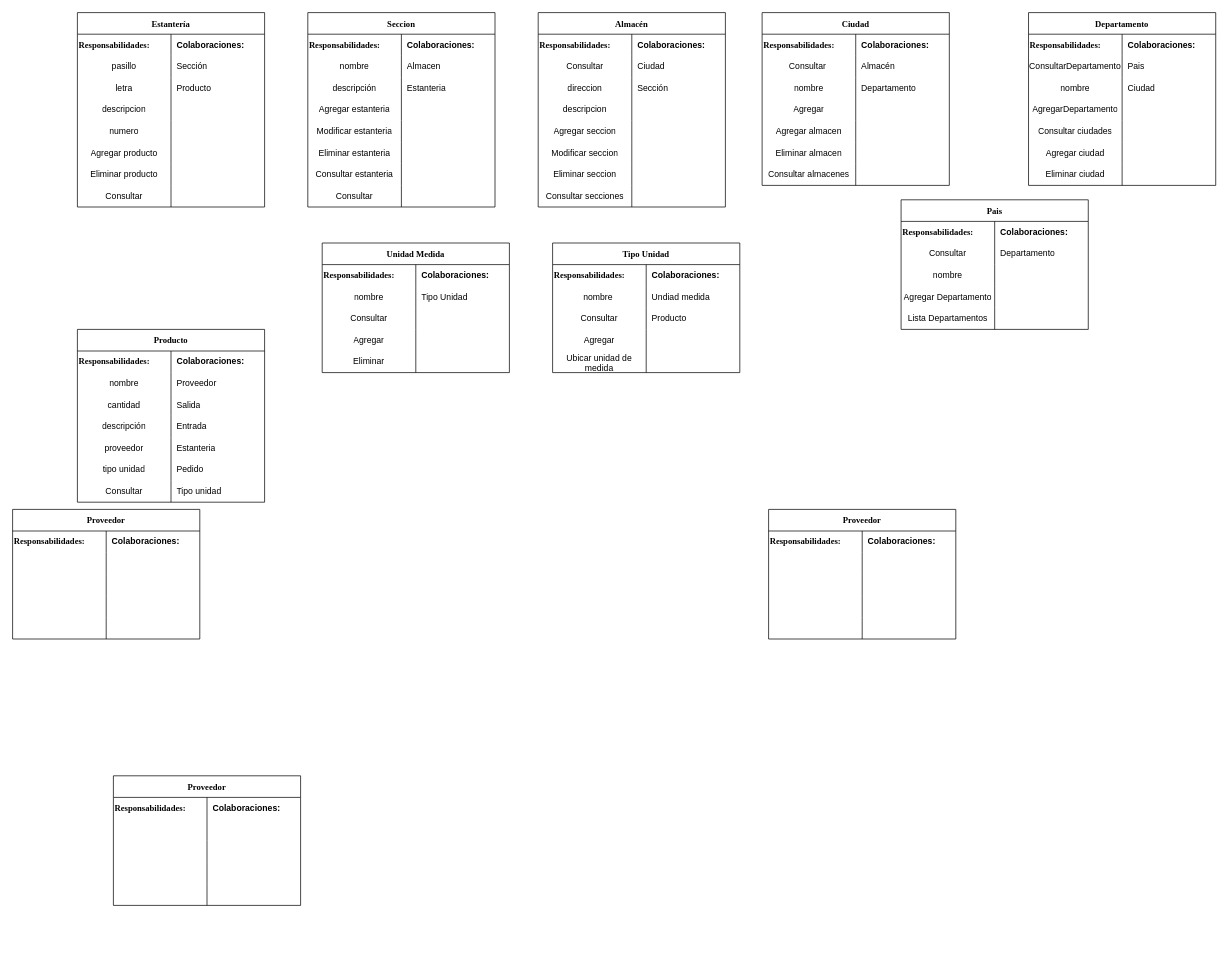
Before: page "CRC" (1 of 2) of Extraclase/Modelo de dominio/Tarjetas CRC.drawio in DOOPan2022/Presupuesto, a draw.io diagram. Source tidied: cells renumbered, new cells numbered last; positions are measured from the earlier drawing's top-left corner, leaving out a move shared by most shapes. Both pictures are drawn from the tidied source at 72%, with x=0, y=0 at pixel (12, 12).
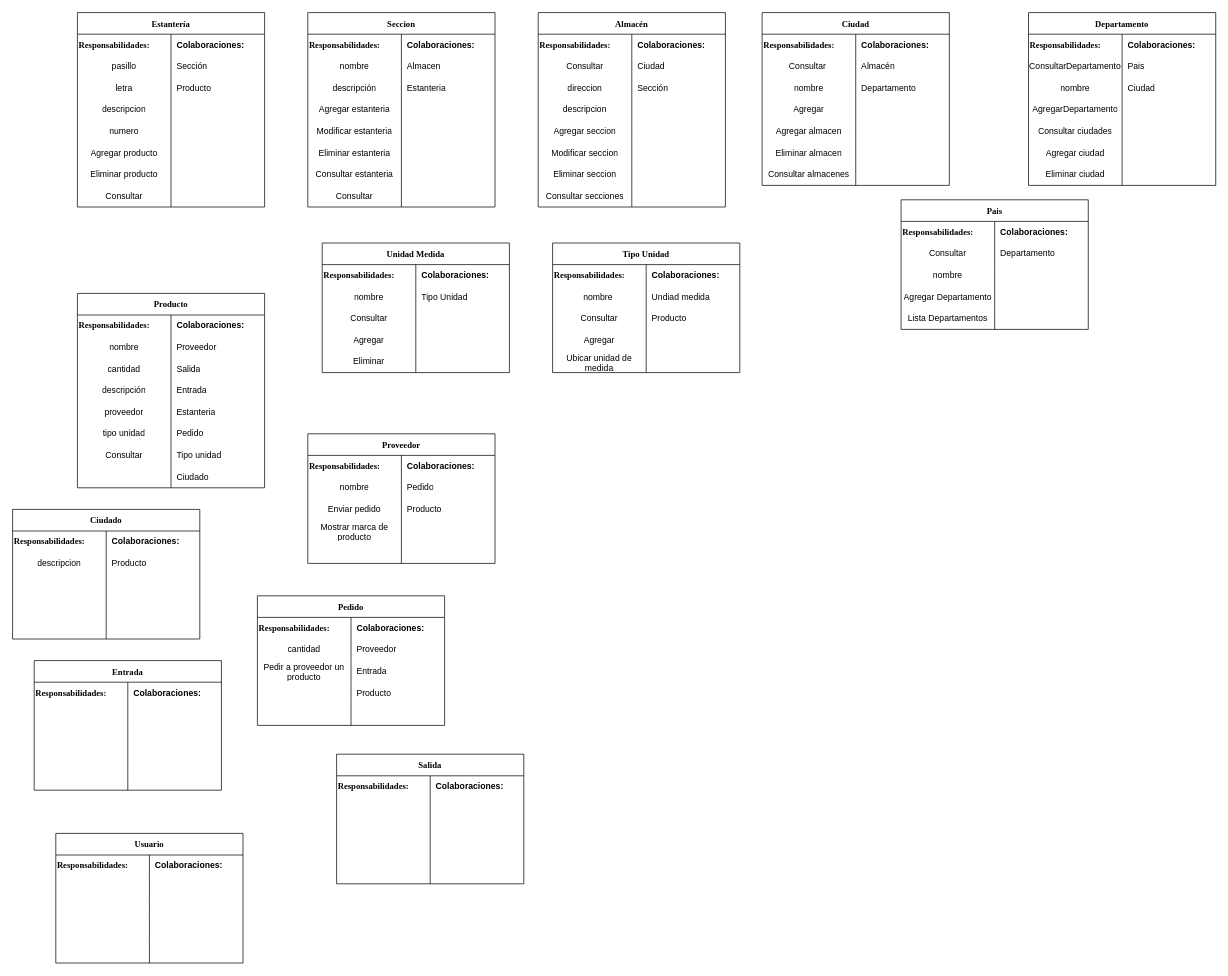
Above is the later version.

Unchanged cells that the change refers to:
```xml
<mxCell id="44" style="shape=tableRow;horizontal=0;startSize=0;swimlaneHead=0;swimlaneBody=0;top=0;left=0;bottom=0;right=0;fillColor=none;" parent="40" vertex="1">
  <mxGeometry y="60" width="260" height="30" as="geometry" />
</mxCell>
<mxCell id="47" style="shape=tableRow;horizontal=0;startSize=0;swimlaneHead=0;swimlaneBody=0;top=0;left=0;bottom=0;right=0;fillColor=none;" parent="40" vertex="1">
  <mxGeometry y="90" width="260" height="30" as="geometry" />
</mxCell>
<mxCell id="50" style="shape=tableRow;horizontal=0;startSize=0;swimlaneHead=0;swimlaneBody=0;top=0;left=0;bottom=0;right=0;fillColor=none;" parent="40" vertex="1">
  <mxGeometry y="120" width="260" height="30" as="geometry" />
</mxCell>
<mxCell id="92" style="shape=tableRow;horizontal=0;startSize=0;swimlaneHead=0;swimlaneBody=0;top=0;left=0;bottom=0;right=0;fillColor=none;" parent="88" vertex="1">
  <mxGeometry y="60" width="260" height="30" as="geometry" />
</mxCell>
```

What changed in the source:
```diff
@@
     <mxCell id="2" value="Producto" style="shape=table;startSize=30;childLayout=tableLayout;rowLines=0;fontStyle=1;fontFamily=Times New Roman;" parent="1" vertex="1">
-      <mxGeometry x="90" y="440" width="260" height="240" as="geometry" />
+      <mxGeometry x="90" y="390" width="260" height="270" as="geometry" />
     </mxCell>
@@
+    <mxCell id="239" style="shape=tableRow;horizontal=0;startSize=0;swimlaneHead=0;swimlaneBody=0;top=0;left=0;bottom=0;right=0;fillColor=none;" parent="2" vertex="1">
+      <mxGeometry y="240" width="260" height="30" as="geometry" />
+    </mxCell>
+    <mxCell id="240" style="shape=partialRectangle;html=1;whiteSpace=wrap;fillColor=none;top=0;left=0;bottom=0;right=0;overflow=hidden;" parent="239" vertex="1">
+      <mxGeometry width="130" height="30" as="geometry" />
+    </mxCell>
+    <mxCell id="241" value="Ciudado" style="shape=partialRectangle;html=1;whiteSpace=wrap;fillColor=none;top=0;left=0;bottom=0;right=0;align=left;spacingLeft=6;overflow=hidden;" parent="239" vertex="1">
+      <mxGeometry x="130" width="130" height="30" as="geometry" />
+    </mxCell>
@@
     <mxCell id="40" value="Proveedor" style="shape=table;startSize=30;childLayout=tableLayout;rowLines=0;fontStyle=1;fontFamily=Times New Roman;" parent="1" vertex="1">
-      <mxGeometry x="1050" y="690" width="260" height="180" as="geometry" />
+      <mxGeometry x="410" y="585" width="260" height="180" as="geometry" />
     </mxCell>
@@
-    <mxCell id="45" style="shape=partialRectangle;html=1;whiteSpace=wrap;fillColor=none;top=0;left=0;bottom=0;right=0;overflow=hidden;" parent="44" vertex="1">
+    <mxCell id="45" value="nombre" style="shape=partialRectangle;html=1;whiteSpace=wrap;fillColor=none;top=0;left=0;bottom=0;right=0;overflow=hidden;" parent="44" vertex="1">
       <mxGeometry width="130" height="30" as="geometry" />
     </mxCell>
-    <mxCell id="46" style="shape=partialRectangle;html=1;whiteSpace=wrap;fillColor=none;top=0;left=0;bottom=0;right=0;align=left;spacingLeft=6;overflow=hidden;" parent="44" vertex="1">
+    <mxCell id="46" value="Pedido" style="shape=partialRectangle;html=1;whiteSpace=wrap;fillColor=none;top=0;left=0;bottom=0;right=0;align=left;spacingLeft=6;overflow=hidden;" parent="44" vertex="1">
       <mxGeometry x="130" width="130" height="30" as="geometry" />
     </mxCell>
@@
-    <mxCell id="48" style="shape=partialRectangle;html=1;whiteSpace=wrap;fillColor=none;top=0;left=0;bottom=0;right=0;overflow=hidden;" parent="47" vertex="1">
+    <mxCell id="48" value="Enviar pedido" style="shape=partialRectangle;html=1;whiteSpace=wrap;fillColor=none;top=0;left=0;bottom=0;right=0;overflow=hidden;" parent="47" vertex="1">
       <mxGeometry width="130" height="30" as="geometry" />
     </mxCell>
-    <mxCell id="49" style="shape=partialRectangle;html=1;whiteSpace=wrap;fillColor=none;top=0;left=0;bottom=0;right=0;align=left;spacingLeft=6;overflow=hidden;" parent="47" vertex="1">
+    <mxCell id="49" value="Producto" style="shape=partialRectangle;html=1;whiteSpace=wrap;fillColor=none;top=0;left=0;bottom=0;right=0;align=left;spacingLeft=6;overflow=hidden;" parent="47" vertex="1">
       <mxGeometry x="130" width="130" height="30" as="geometry" />
     </mxCell>
@@
-    <mxCell id="51" style="shape=partialRectangle;html=1;whiteSpace=wrap;fillColor=none;top=0;left=0;bottom=0;right=0;overflow=hidden;" parent="50" vertex="1">
+    <mxCell id="51" value="Mostrar marca de producto" style="shape=partialRectangle;html=1;whiteSpace=wrap;fillColor=none;top=0;left=0;bottom=0;right=0;overflow=hidden;" parent="50" vertex="1">
       <mxGeometry width="130" height="30" as="geometry" />
     </mxCell>
@@
-    <mxCell id="72" value="Proveedor" style="shape=table;startSize=30;childLayout=tableLayout;rowLines=0;fontStyle=1;fontFamily=Times New Roman;" parent="1" vertex="1">
-      <mxGeometry x="140" y="1060" width="260" height="180" as="geometry" />
+    <mxCell id="72" value="Entrada" style="shape=table;startSize=30;childLayout=tableLayout;rowLines=0;fontStyle=1;fontFamily=Times New Roman;" parent="1" vertex="1">
+      <mxGeometry x="30" y="900" width="260" height="180" as="geometry" />
     </mxCell>
@@
-    <mxCell id="88" value="Proveedor" style="shape=table;startSize=30;childLayout=tableLayout;rowLines=0;fontStyle=1;fontFamily=Times New Roman;" parent="1" vertex="1">
+    <mxCell id="88" value="Ciudado" style="shape=table;startSize=30;childLayout=tableLayout;rowLines=0;fontStyle=1;fontFamily=Times New Roman;" parent="1" vertex="1">
       <mxGeometry y="690" width="260" height="180" as="geometry" />
     </mxCell>
@@
-    <mxCell id="93" style="shape=partialRectangle;html=1;whiteSpace=wrap;fillColor=none;top=0;left=0;bottom=0;right=0;overflow=hidden;" parent="92" vertex="1">
+    <mxCell id="93" value="descripcion" style="shape=partialRectangle;html=1;whiteSpace=wrap;fillColor=none;top=0;left=0;bottom=0;right=0;overflow=hidden;" parent="92" vertex="1">
       <mxGeometry width="130" height="30" as="geometry" />
     </mxCell>
-    <mxCell id="94" style="shape=partialRectangle;html=1;whiteSpace=wrap;fillColor=none;top=0;left=0;bottom=0;right=0;align=left;spacingLeft=6;overflow=hidden;" parent="92" vertex="1">
+    <mxCell id="94" value="Producto" style="shape=partialRectangle;html=1;whiteSpace=wrap;fillColor=none;top=0;left=0;bottom=0;right=0;align=left;spacingLeft=6;overflow=hidden;" parent="92" vertex="1">
       <mxGeometry x="130" width="130" height="30" as="geometry" />
     </mxCell>
@@
+    <mxCell id="242" value="Salida" style="shape=table;startSize=30;childLayout=tableLayout;rowLines=0;fontStyle=1;fontFamily=Times New Roman;" parent="1" vertex="1">
+      <mxGeometry x="450" y="1030" width="260" height="180" as="geometry" />
+    </mxCell>
+    <mxCell id="243" style="shape=tableRow;horizontal=0;startSize=0;swimlaneHead=0;swimlaneBody=0;top=0;left=0;bottom=0;right=0;fillColor=none;" parent="242" vertex="1">
+      <mxGeometry y="30" width="260" height="30" as="geometry" />
+    </mxCell>
+    <mxCell id="244" value="&lt;font size=&quot;1&quot; face=&quot;Times New Roman&quot;&gt;&lt;b style=&quot;font-size: 12px;&quot;&gt;Responsabilidades:&lt;/b&gt;&lt;/font&gt;" style="shape=partialRectangle;html=1;whiteSpace=wrap;fillColor=none;top=0;left=0;bottom=0;right=0;overflow=hidden;align=left;" parent="243" vertex="1">
+      <mxGeometry width="130" height="30" as="geometry" />
+    </mxCell>
+    <mxCell id="245" value="&lt;b&gt;Colaboraciones:&lt;/b&gt;" style="shape=partialRectangle;html=1;whiteSpace=wrap;fillColor=none;top=0;left=0;bottom=0;right=0;align=left;spacingLeft=6;overflow=hidden;" parent="243" vertex="1">
+      <mxGeometry x="130" width="130" height="30" as="geometry" />
+    </mxCell>
+    <mxCell id="246" style="shape=tableRow;horizontal=0;startSize=0;swimlaneHead=0;swimlaneBody=0;top=0;left=0;bottom=0;right=0;fillColor=none;" parent="242" vertex="1">
+      <mxGeometry y="60" width="260" height="30" as="geometry" />
+    </mxCell>
+    <mxCell id="247" style="shape=partialRectangle;html=1;whiteSpace=wrap;fillColor=none;top=0;left=0;bottom=0;right=0;overflow=hidden;" parent="246" vertex="1">
+      <mxGeometry width="130" height="30" as="geometry" />
+    </mxCell>
+    <mxCell id="248" style="shape=partialRectangle;html=1;whiteSpace=wrap;fillColor=none;top=0;left=0;bottom=0;right=0;align=left;spacingLeft=6;overflow=hidden;" parent="246" vertex="1">
+      <mxGeometry x="130" width="130" height="30" as="geometry" />
+    </mxCell>
+    <mxCell id="249" style="shape=tableRow;horizontal=0;startSize=0;swimlaneHead=0;swimlaneBody=0;top=0;left=0;bottom=0;right=0;fillColor=none;" parent="242" vertex="1">
+      <mxGeometry y="90" width="260" height="30" as="geometry" />
+    </mxCell>
+    <mxCell id="250" style="shape=partialRectangle;html=1;whiteSpace=wrap;fillColor=none;top=0;left=0;bottom=0;right=0;overflow=hidden;" parent="249" vertex="1">
+      <mxGeometry width="130" height="30" as="geometry" />
+    </mxCell>
+    <mxCell id="251" style="shape=partialRectangle;html=1;whiteSpace=wrap;fillColor=none;top=0;left=0;bottom=0;right=0;align=left;spacingLeft=6;overflow=hidden;" parent="249" vertex="1">
+      <mxGeometry x="130" width="130" height="30" as="geometry" />
+    </mxCell>
+    <mxCell id="252" style="shape=tableRow;horizontal=0;startSize=0;swimlaneHead=0;swimlaneBody=0;top=0;left=0;bottom=0;right=0;fillColor=none;" parent="242" vertex="1">
+      <mxGeometry y="120" width="260" height="30" as="geometry" />
+    </mxCell>
+    <mxCell id="253" style="shape=partialRectangle;html=1;whiteSpace=wrap;fillColor=none;top=0;left=0;bottom=0;right=0;overflow=hidden;" parent="252" vertex="1">
+      <mxGeometry width="130" height="30" as="geometry" />
+    </mxCell>
+    <mxCell id="254" style="shape=partialRectangle;html=1;whiteSpace=wrap;fillColor=none;top=0;left=0;bottom=0;right=0;align=left;spacingLeft=6;overflow=hidden;" parent="252" vertex="1">
+      <mxGeometry x="130" width="130" height="30" as="geometry" />
+    </mxCell>
+    <mxCell id="255" style="shape=tableRow;horizontal=0;startSize=0;swimlaneHead=0;swimlaneBody=0;top=0;left=0;bottom=0;right=0;fillColor=none;" parent="242" vertex="1">
+      <mxGeometry y="150" width="260" height="30" as="geometry" />
+    </mxCell>
+    <mxCell id="256" style="shape=partialRectangle;html=1;whiteSpace=wrap;fillColor=none;top=0;left=0;bottom=0;right=0;overflow=hidden;" parent="255" vertex="1">
+      <mxGeometry width="130" height="30" as="geometry" />
+    </mxCell>
+    <mxCell id="257" style="shape=partialRectangle;html=1;whiteSpace=wrap;fillColor=none;top=0;left=0;bottom=0;right=0;align=left;spacingLeft=6;overflow=hidden;" parent="255" vertex="1">
+      <mxGeometry x="130" width="130" height="30" as="geometry" />
+    </mxCell>
+    <mxCell id="258" value="Pedido" style="shape=table;startSize=30;childLayout=tableLayout;rowLines=0;fontStyle=1;fontFamily=Times New Roman;" parent="1" vertex="1">
+      <mxGeometry x="340" y="810" width="260" height="180" as="geometry" />
+    </mxCell>
+    <mxCell id="259" style="shape=tableRow;horizontal=0;startSize=0;swimlaneHead=0;swimlaneBody=0;top=0;left=0;bottom=0;right=0;fillColor=none;" parent="258" vertex="1">
+      <mxGeometry y="30" width="260" height="30" as="geometry" />
+    </mxCell>
+    <mxCell id="260" value="&lt;font size=&quot;1&quot; face=&quot;Times New Roman&quot;&gt;&lt;b style=&quot;font-size: 12px;&quot;&gt;Responsabilidades:&lt;/b&gt;&lt;/font&gt;" style="shape=partialRectangle;html=1;whiteSpace=wrap;fillColor=none;top=0;left=0;bottom=0;right=0;overflow=hidden;align=left;" parent="259" vertex="1">
+      <mxGeometry width="130" height="30" as="geometry" />
+    </mxCell>
+    <mxCell id="261" value="&lt;b&gt;Colaboraciones:&lt;/b&gt;" style="shape=partialRectangle;html=1;whiteSpace=wrap;fillColor=none;top=0;left=0;bottom=0;right=0;align=left;spacingLeft=6;overflow=hidden;" parent="259" vertex="1">
+      <mxGeometry x="130" width="130" height="30" as="geometry" />
+    </mxCell>
+    <mxCell id="262" style="shape=tableRow;horizontal=0;startSize=0;swimlaneHead=0;swimlaneBody=0;top=0;left=0;bottom=0;right=0;fillColor=none;" parent="258" vertex="1">
+      <mxGeometry y="60" width="260" height="30" as="geometry" />
+    </mxCell>
+    <mxCell id="263" value="cantidad" style="shape=partialRectangle;html=1;whiteSpace=wrap;fillColor=none;top=0;left=0;bottom=0;right=0;overflow=hidden;" parent="262" vertex="1">
+      <mxGeometry width="130" height="30" as="geometry" />
+    </mxCell>
+    <mxCell id="264" value="Proveedor" style="shape=partialRectangle;html=1;whiteSpace=wrap;fillColor=none;top=0;left=0;bottom=0;right=0;align=left;spacingLeft=6;overflow=hidden;" parent="262" vertex="1">
+      <mxGeometry x="130" width="130" height="30" as="geometry" />
+    </mxCell>
+    <mxCell id="265" style="shape=tableRow;horizontal=0;startSize=0;swimlaneHead=0;swimlaneBody=0;top=0;left=0;bottom=0;right=0;fillColor=none;" parent="258" vertex="1">
+      <mxGeometry y="90" width="260" height="30" as="geometry" />
+    </mxCell>
+    <mxCell id="266" value="Pedir a proveedor un producto" style="shape=partialRectangle;html=1;whiteSpace=wrap;fillColor=none;top=0;left=0;bottom=0;right=0;overflow=hidden;" parent="265" vertex="1">
+      <mxGeometry width="130" height="30" as="geometry" />
+    </mxCell>
+    <mxCell id="267" value="Entrada" style="shape=partialRectangle;html=1;whiteSpace=wrap;fillColor=none;top=0;left=0;bottom=0;right=0;align=left;spacingLeft=6;overflow=hidden;" parent="265" vertex="1">
+      <mxGeometry x="130" width="130" height="30" as="geometry" />
+    </mxCell>
+    <mxCell id="268" style="shape=tableRow;horizontal=0;startSize=0;swimlaneHead=0;swimlaneBody=0;top=0;left=0;bottom=0;right=0;fillColor=none;" parent="258" vertex="1">
+      <mxGeometry y="120" width="260" height="30" as="geometry" />
+    </mxCell>
+    <mxCell id="269" style="shape=partialRectangle;html=1;whiteSpace=wrap;fillColor=none;top=0;left=0;bottom=0;right=0;overflow=hidden;" parent="268" vertex="1">
+      <mxGeometry width="130" height="30" as="geometry" />
+    </mxCell>
+    <mxCell id="270" value="Producto" style="shape=partialRectangle;html=1;whiteSpace=wrap;fillColor=none;top=0;left=0;bottom=0;right=0;align=left;spacingLeft=6;overflow=hidden;" parent="268" vertex="1">
+      <mxGeometry x="130" width="130" height="30" as="geometry" />
+    </mxCell>
+    <mxCell id="271" style="shape=tableRow;horizontal=0;startSize=0;swimlaneHead=0;swimlaneBody=0;top=0;left=0;bottom=0;right=0;fillColor=none;" parent="258" vertex="1">
+      <mxGeometry y="150" width="260" height="30" as="geometry" />
+    </mxCell>
+    <mxCell id="272" style="shape=partialRectangle;html=1;whiteSpace=wrap;fillColor=none;top=0;left=0;bottom=0;right=0;overflow=hidden;" parent="271" vertex="1">
+      <mxGeometry width="130" height="30" as="geometry" />
+    </mxCell>
+    <mxCell id="273" style="shape=partialRectangle;html=1;whiteSpace=wrap;fillColor=none;top=0;left=0;bottom=0;right=0;align=left;spacingLeft=6;overflow=hidden;" parent="271" vertex="1">
+      <mxGeometry x="130" width="130" height="30" as="geometry" />
+    </mxCell>
+    <mxCell id="274" value="Usuario" style="shape=table;startSize=30;childLayout=tableLayout;rowLines=0;fontStyle=1;fontFamily=Times New Roman;" parent="1" vertex="1">
+      <mxGeometry x="60" y="1140" width="260" height="180" as="geometry" />
+    </mxCell>
+    <mxCell id="275" style="shape=tableRow;horizontal=0;startSize=0;swimlaneHead=0;swimlaneBody=0;top=0;left=0;bottom=0;right=0;fillColor=none;" parent="274" vertex="1">
+      <mxGeometry y="30" width="260" height="30" as="geometry" />
+    </mxCell>
+    <mxCell id="276" value="&lt;font size=&quot;1&quot; face=&quot;Times New Roman&quot;&gt;&lt;b style=&quot;font-size: 12px;&quot;&gt;Responsabilidades:&lt;/b&gt;&lt;/font&gt;" style="shape=partialRectangle;html=1;whiteSpace=wrap;fillColor=none;top=0;left=0;bottom=0;right=0;overflow=hidden;align=left;" parent="275" vertex="1">
+      <mxGeometry width="130" height="30" as="geometry" />
+    </mxCell>
+    <mxCell id="277" value="&lt;b&gt;Colaboraciones:&lt;/b&gt;" style="shape=partialRectangle;html=1;whiteSpace=wrap;fillColor=none;top=0;left=0;bottom=0;right=0;align=left;spacingLeft=6;overflow=hidden;" parent="275" vertex="1">
+      <mxGeometry x="130" width="130" height="30" as="geometry" />
+    </mxCell>
+    <mxCell id="278" style="shape=tableRow;horizontal=0;startSize=0;swimlaneHead=0;swimlaneBody=0;top=0;left=0;bottom=0;right=0;fillColor=none;" parent="274" vertex="1">
+      <mxGeometry y="60" width="260" height="30" as="geometry" />
+    </mxCell>
+    <mxCell id="279" style="shape=partialRectangle;html=1;whiteSpace=wrap;fillColor=none;top=0;left=0;bottom=0;right=0;overflow=hidden;" parent="278" vertex="1">
+      <mxGeometry width="130" height="30" as="geometry" />
+    </mxCell>
+    <mxCell id="280" style="shape=partialRectangle;html=1;whiteSpace=wrap;fillColor=none;top=0;left=0;bottom=0;right=0;align=left;spacingLeft=6;overflow=hidden;" parent="278" vertex="1">
+      <mxGeometry x="130" width="130" height="30" as="geometry" />
+    </mxCell>
+    <mxCell id="281" style="shape=tableRow;horizontal=0;startSize=0;swimlaneHead=0;swimlaneBody=0;top=0;left=0;bottom=0;right=0;fillColor=none;" parent="274" vertex="1">
+      <mxGeometry y="90" width="260" height="30" as="geometry" />
+    </mxCell>
+    <mxCell id="282" style="shape=partialRectangle;html=1;whiteSpace=wrap;fillColor=none;top=0;left=0;bottom=0;right=0;overflow=hidden;" parent="281" vertex="1">
+      <mxGeometry width="130" height="30" as="geometry" />
+    </mxCell>
+    <mxCell id="283" style="shape=partialRectangle;html=1;whiteSpace=wrap;fillColor=none;top=0;left=0;bottom=0;right=0;align=left;spacingLeft=6;overflow=hidden;" parent="281" vertex="1">
+      <mxGeometry x="130" width="130" height="30" as="geometry" />
+    </mxCell>
+    <mxCell id="284" style="shape=tableRow;horizontal=0;startSize=0;swimlaneHead=0;swimlaneBody=0;top=0;left=0;bottom=0;right=0;fillColor=none;" parent="274" vertex="1">
+      <mxGeometry y="120" width="260" height="30" as="geometry" />
+    </mxCell>
+    <mxCell id="285" style="shape=partialRectangle;html=1;whiteSpace=wrap;fillColor=none;top=0;left=0;bottom=0;right=0;overflow=hidden;" parent="284" vertex="1">
+      <mxGeometry width="130" height="30" as="geometry" />
+    </mxCell>
+    <mxCell id="286" style="shape=partialRectangle;html=1;whiteSpace=wrap;fillColor=none;top=0;left=0;bottom=0;right=0;align=left;spacingLeft=6;overflow=hidden;" parent="284" vertex="1">
+      <mxGeometry x="130" width="130" height="30" as="geometry" />
+    </mxCell>
+    <mxCell id="287" style="shape=tableRow;horizontal=0;startSize=0;swimlaneHead=0;swimlaneBody=0;top=0;left=0;bottom=0;right=0;fillColor=none;" parent="274" vertex="1">
+      <mxGeometry y="150" width="260" height="30" as="geometry" />
+    </mxCell>
+    <mxCell id="288" style="shape=partialRectangle;html=1;whiteSpace=wrap;fillColor=none;top=0;left=0;bottom=0;right=0;overflow=hidden;" parent="287" vertex="1">
+      <mxGeometry width="130" height="30" as="geometry" />
+    </mxCell>
+    <mxCell id="289" style="shape=partialRectangle;html=1;whiteSpace=wrap;fillColor=none;top=0;left=0;bottom=0;right=0;align=left;spacingLeft=6;overflow=hidden;" parent="287" vertex="1">
+      <mxGeometry x="130" width="130" height="30" as="geometry" />
+    </mxCell>
```
